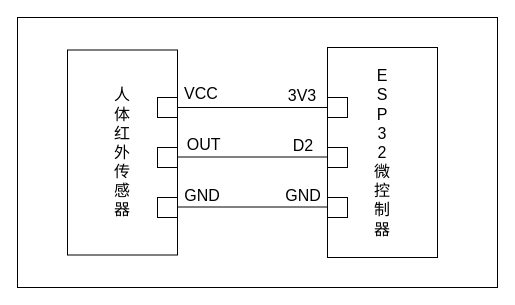
This is 人体红外传感器.drawio from zhangruyi3906/img, a draw.io file, before an edit. Source tidied: cells renumbered, new cells numbered last; positions are measured from the earlier drawing's top-left corner, leaving out a move shared by most shapes. Both pictures are drawn from the tidied source at 100%, with x=0, y=0 at pixel (17, 17).
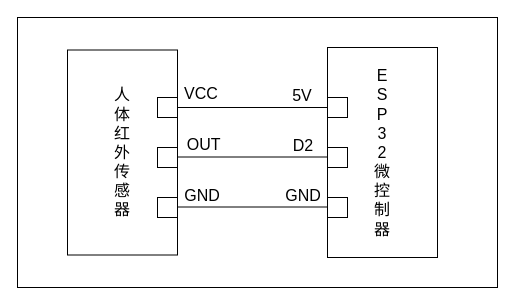
The same page after the edit.

Commit message:
更新人体红外传感器.drawio

What changed in the source:
```diff
@@
-    <mxCell id="17" value="&lt;span style=&quot;font-size: 16px;&quot;&gt;3V3&lt;/span&gt;" style="text;html=1;align=center;verticalAlign=middle;whiteSpace=wrap;rounded=0;" parent="1" vertex="1">
+    <mxCell id="17" value="&lt;span style=&quot;font-size: 16px;&quot;&gt;5V&lt;/span&gt;" style="text;html=1;align=center;verticalAlign=middle;whiteSpace=wrap;rounded=0;" parent="1" vertex="1">
       <mxGeometry x="255" y="63" width="60" height="30" as="geometry" />
     </mxCell>
```
